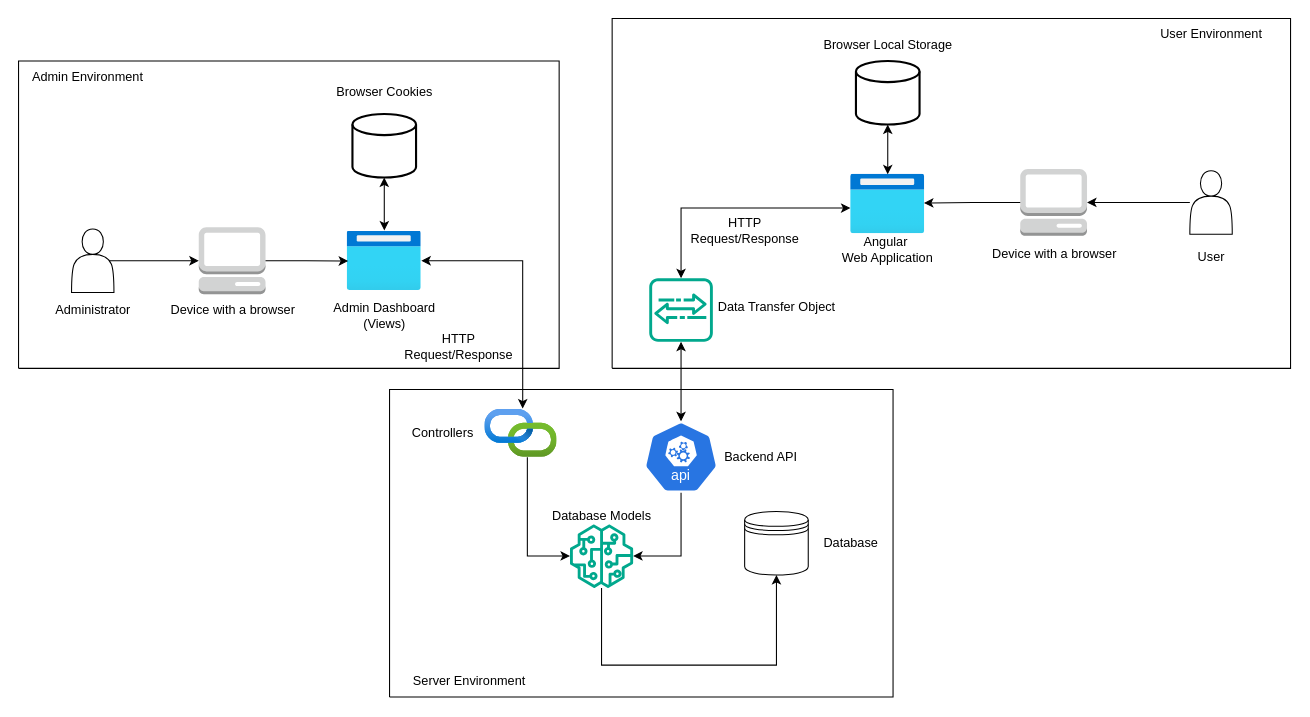
This is arhitecture.drawio from edi334/edi334, a draw.io file, before an edit. Source tidied: cells renumbered, new cells numbered last; positions are measured from the earlier drawing's top-left corner, leaving out a move shared by most shapes. Both pictures are drawn from the tidied source at 106%, with x=0, y=0 at pixel (18, 18).
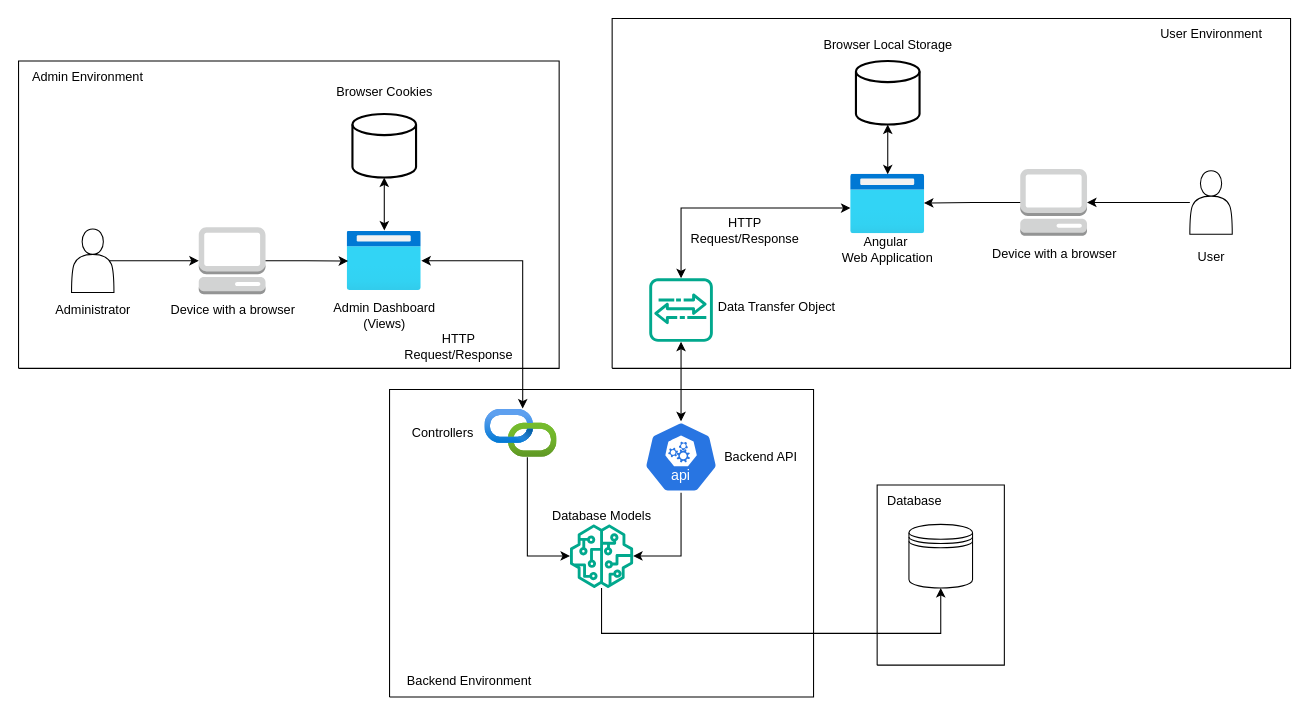
The same page after the edit.

The change refers to these unchanged cells:
```xml
<mxCell id="17" style="sketch=0;outlineConnect=0;fontColor=#232F3E;gradientColor=none;fillColor=#01A88D;strokeColor=none;dashed=0;verticalLabelPosition=bottom;verticalAlign=top;align=center;html=1;fontSize=12;fontStyle=0;shape=mxgraph.aws4.sagemaker_model;" parent="1" vertex="1">
  <mxGeometry x="520" y="477.2" width="60" height="60" as="geometry" />
</mxCell>
```

Change to the diagram source:
```diff
@@
     <mxCell id="14" style="shape=datastore;whiteSpace=wrap;html=1;" parent="1" vertex="1">
-      <mxGeometry x="685" y="465" width="60" height="60" as="geometry" />
+      <mxGeometry x="840" y="477.2" width="60" height="60" as="geometry" />
     </mxCell>
@@
     <mxCell id="16" style="edgeStyle=orthogonalEdgeStyle;rounded=0;jettySize=auto;html=1;entryX=0.5;entryY=1;entryDx=0;entryDy=0;" parent="1" edge="1" source="17" target="14">
       <mxGeometry relative="1" as="geometry">
         <Array as="points">
-          <mxPoint x="550" y="610" />
-          <mxPoint x="715" y="610" />
+          <mxPoint x="550" y="580" />
+          <mxPoint x="870" y="580" />
         </Array>
       </mxGeometry>
     </mxCell>
@@
     <mxCell id="24" value="Database" style="text;html=1;align=center;verticalAlign=middle;strokeColor=none;fillColor=none;" parent="1" vertex="1">
-      <mxGeometry x="750" y="480" width="70" height="30" as="geometry" />
+      <mxGeometry x="810" y="440" width="70" height="30" as="geometry" />
     </mxCell>
@@
     <mxCell id="43" style="endArrow=none;html=1;rounded=0;" parent="1" edge="1">
       <mxGeometry relative="1" as="geometry">
         <mxPoint x="350" y="640" as="sourcePoint" />
         <mxPoint x="350" y="640" as="targetPoint" />
         <Array as="points">
           <mxPoint x="350" y="500" />
           <mxPoint x="350" y="350" />
-          <mxPoint x="825" y="350" />
-          <mxPoint x="825" y="640" />
+          <mxPoint x="750" y="350" />
+          <mxPoint x="750" y="500" />
+          <mxPoint x="750" y="640" />
         </Array>
       </mxGeometry>
     </mxCell>
-    <mxCell id="44" value="Server Environment" style="text;html=1;align=center;verticalAlign=middle;strokeColor=none;fillColor=none;" parent="1" vertex="1">
-      <mxGeometry x="360" y="610" width="130" height="30" as="geometry" />
+    <mxCell id="44" value="Backend Environment" style="text;html=1;align=center;verticalAlign=middle;strokeColor=none;fillColor=none;" parent="1" vertex="1">
+      <mxGeometry x="355" y="610" width="140" height="30" as="geometry" />
     </mxCell>
@@
+    <mxCell id="48" style="endArrow=none;html=1;rounded=0;" parent="1" edge="1">
+      <mxGeometry relative="1" as="geometry">
+        <mxPoint x="810" y="610" as="sourcePoint" />
+        <mxPoint x="810" y="610" as="targetPoint" />
+        <Array as="points">
+          <mxPoint x="810" y="440" />
+          <mxPoint x="930" y="440" />
+          <mxPoint x="930" y="580" />
+          <mxPoint x="930" y="610" />
+        </Array>
+      </mxGeometry>
+    </mxCell>
```
